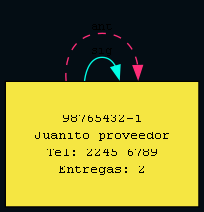
This is reportes/proveedores.png from RONY36606/EDD_1S2026_PY_-202307793_FASE1-2-3, a Graphviz export, as it was before one commit. Its source is kept beside it as reportes/proveedores.dot.
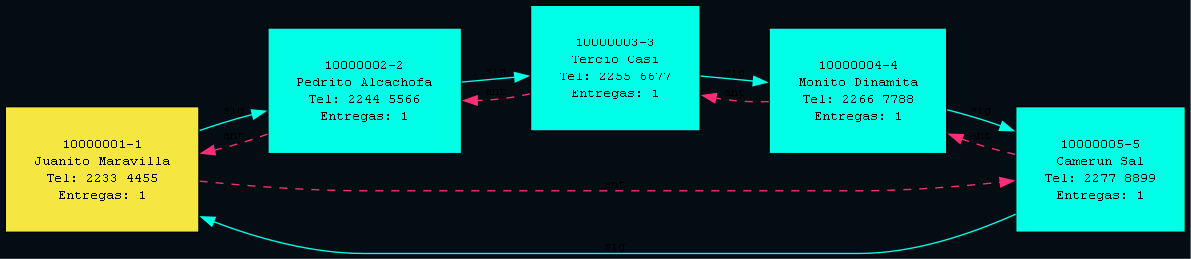
The same file after the commit.

The edit, as a diff of the source:
```diff
@@ -4,7 +4,19 @@
     node [shape=box, fontname="Courier", fontsize=10,
           style=filled, fontcolor="#000000", margin="0.3"];
     edge [fontname="Courier", fontsize=9];
-    "98765432-1" [label="98765432-1\nJuanito proveedor\nTel: 2245 6789\nEntregas: 2", fillcolor="#f5e642"];
-    "98765432-1" -> "98765432-1" [color="#00ffe7", label="sig"];
-    "98765432-1" -> "98765432-1" [color="#ff2d78", label="ant", style=dashed];
+    "10000001-1" [label="10000001-1\nJuanito Maravilla\nTel: 2233 4455\nEntregas: 1", fillcolor="#f5e642"];
+    "10000002-2" [label="10000002-2\nPedrito Alcachofa\nTel: 2244 5566\nEntregas: 1", fillcolor="#00ffe7"];
+    "10000003-3" [label="10000003-3\nTercio Casi\nTel: 2255 6677\nEntregas: 1", fillcolor="#00ffe7"];
+    "10000004-4" [label="10000004-4\nMonito Dinamita\nTel: 2266 7788\nEntregas: 1", fillcolor="#00ffe7"];
+    "10000005-5" [label="10000005-5\nCamerun Sal\nTel: 2277 8899\nEntregas: 1", fillcolor="#00ffe7"];
+    "10000001-1" -> "10000002-2" [color="#00ffe7", label="sig"];
+    "10000001-1" -> "10000005-5" [color="#ff2d78", label="ant", style=dashed];
+    "10000002-2" -> "10000003-3" [color="#00ffe7", label="sig"];
+    "10000002-2" -> "10000001-1" [color="#ff2d78", label="ant", style=dashed];
+    "10000003-3" -> "10000004-4" [color="#00ffe7", label="sig"];
+    "10000003-3" -> "10000002-2" [color="#ff2d78", label="ant", style=dashed];
+    "10000004-4" -> "10000005-5" [color="#00ffe7", label="sig"];
+    "10000004-4" -> "10000003-3" [color="#ff2d78", label="ant", style=dashed];
+    "10000005-5" -> "10000001-1" [color="#00ffe7", label="sig"];
+    "10000005-5" -> "10000004-4" [color="#ff2d78", label="ant", style=dashed];
 }
```
